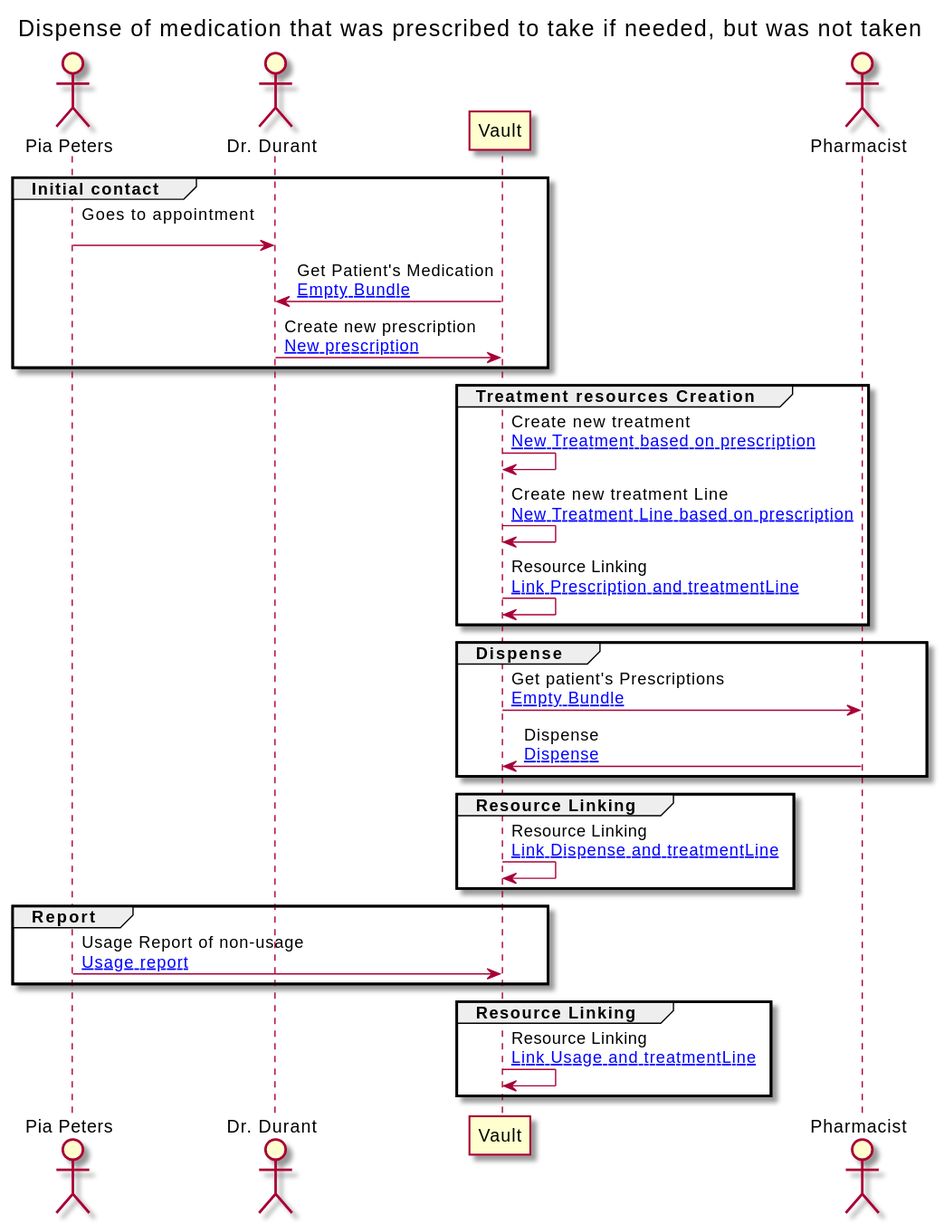
jcostateixeira/riziv-medication-record keeps this PlantUML diagram as branches/master/ExampleScenario-example-7-scenario.svg. Above is the earlier version. Source of this version:
```plantuml
@startuml


Title Dispense of medication that was prescribed to take if needed, but was not taken

actor "Pia Peters" as PATIENT
actor "Dr. Durant" as GP
participant "Vault" as VAULT
actor "Pharmacist" as PHARM






group Initial contact

PATIENT -> GP : Goes to appointment\n
VAULT -> GP : Get Patient's Medication\n[[ExampleScenario-example-7-scenario-resources.html#EB Empty Bundle]]
GP -> VAULT : Create new prescription\n[[ExampleScenario-example-7-scenario-resources.html#7-prescription New prescription]]
end

group Treatment resources Creation

VAULT -> VAULT : Create new treatment\n[[ExampleScenario-example-7-scenario-resources.html#7-treatment New Treatment based on prescription]]
VAULT -> VAULT : Create new treatment Line\n[[ExampleScenario-example-7-scenario-resources.html#7-treatmentLine New Treatment Line based on prescription]]
VAULT -> VAULT : Resource Linking\n[[ExampleScenario-example-7-scenario-resources.html#7-1-provenance Link Prescription and treatmentLine]]
end

group Dispense

VAULT -> PHARM : Get patient's Prescriptions\n[[ExampleScenario-example-7-scenario-resources.html#EB Empty Bundle]]
PHARM -> VAULT : Dispense\n[[ExampleScenario-example-7-scenario-resources.html#7-dispense Dispense]]
end

group Resource Linking

VAULT -> VAULT : Resource Linking\n[[ExampleScenario-example-7-scenario-resources.html#7-2-provenance Link Dispense and treatmentLine]]
end

group Report

PATIENT -> VAULT : Usage Report of non-usage\n[[ExampleScenario-example-7-scenario-resources.html#7-usage Usage report]]
end

group Resource Linking

VAULT -> VAULT : Resource Linking\n[[ExampleScenario-example-7-scenario-resources.html#7-3-provenance Link Usage and treatmentLine]]
end


@enduml
```
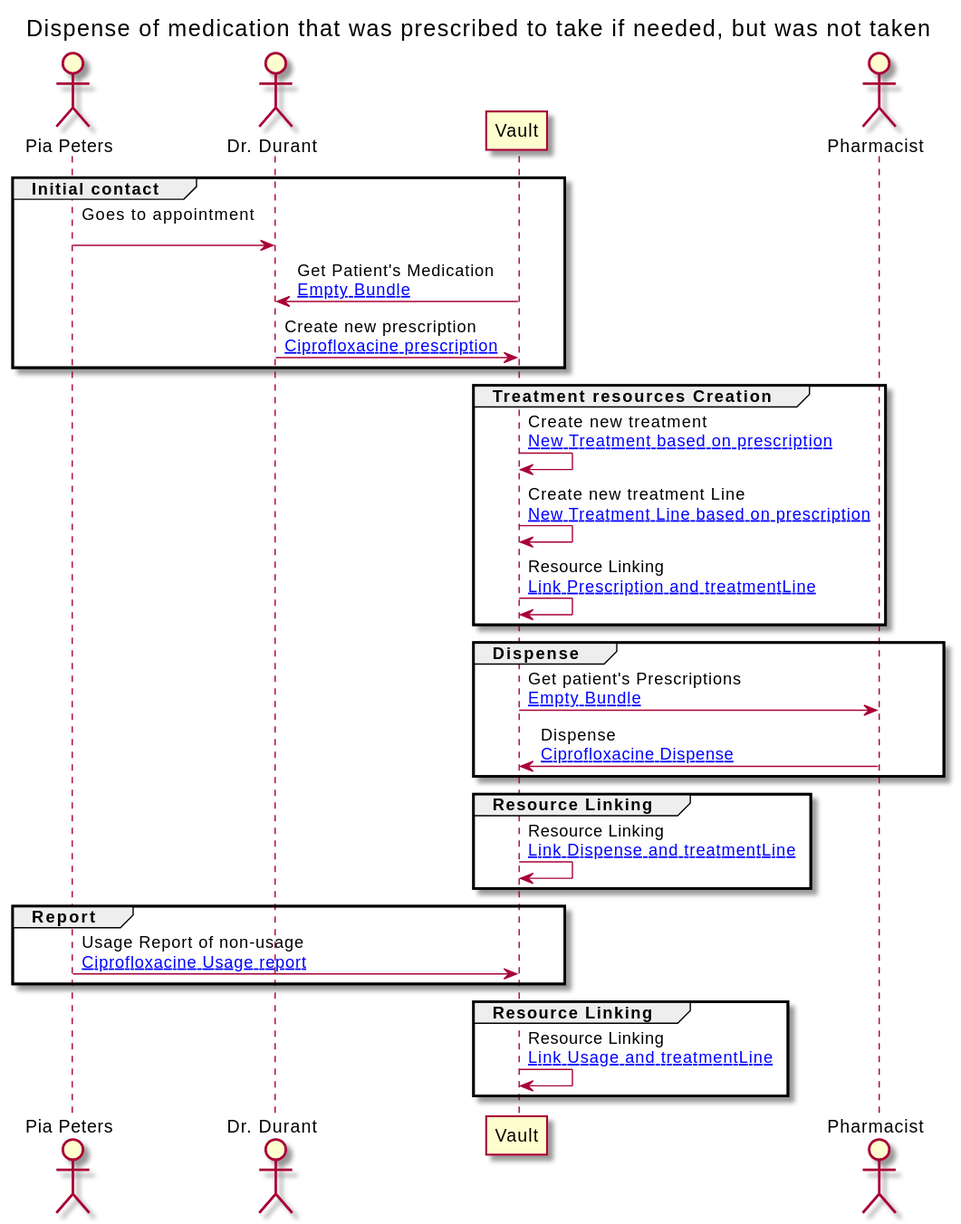
After the commit.

Change to the diagram source:
```diff
@@ -17,7 +17,7 @@
 
 PATIENT -> GP : Goes to appointment\n
 VAULT -> GP : Get Patient's Medication\n[[ExampleScenario-example-7-scenario-resources.html#EB Empty Bundle]]
-GP -> VAULT : Create new prescription\n[[ExampleScenario-example-7-scenario-resources.html#7-prescription New prescription]]
+GP -> VAULT : Create new prescription\n[[ExampleScenario-example-7-scenario-resources.html#7-prescription Ciprofloxacine prescription]]
 end
 
 group Treatment resources Creation
@@ -30,7 +30,7 @@
 group Dispense
 
 VAULT -> PHARM : Get patient's Prescriptions\n[[ExampleScenario-example-7-scenario-resources.html#EB Empty Bundle]]
-PHARM -> VAULT : Dispense\n[[ExampleScenario-example-7-scenario-resources.html#7-dispense Dispense]]
+PHARM -> VAULT : Dispense\n[[ExampleScenario-example-7-scenario-resources.html#7-dispense Ciprofloxacine Dispense]]
 end
 
 group Resource Linking
@@ -40,7 +40,7 @@
 
 group Report
 
-PATIENT -> VAULT : Usage Report of non-usage\n[[ExampleScenario-example-7-scenario-resources.html#7-usage Usage report]]
+PATIENT -> VAULT : Usage Report of non-usage\n[[ExampleScenario-example-7-scenario-resources.html#7-usage Ciprofloxacine Usage report]]
 end
 
 group Resource Linking
```
